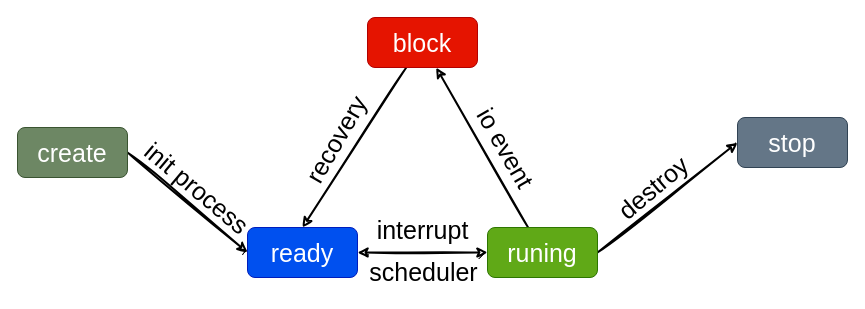
auula/draw.io keeps this draw.io diagram as process-step.drawio. Above is the earlier version. Source tidied: cells renumbered, new cells numbered last; positions are measured from the earlier drawing's top-left corner, leaving out a move shared by most shapes. Both pictures are drawn from the tidied source at 100%, with x=0, y=0 at pixel (17, 17).
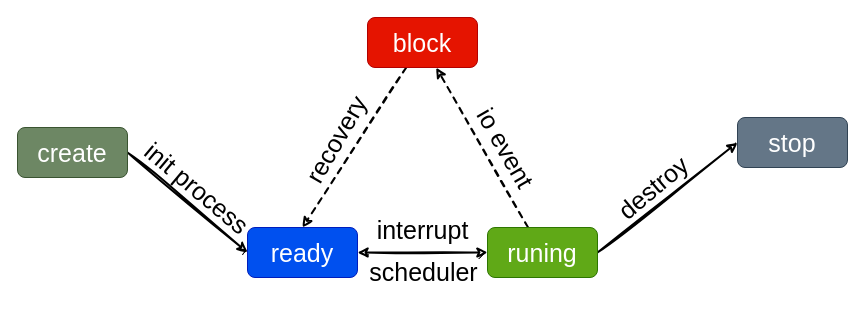
Above is the later version.

The edit, as a diff of the source:
```diff
@@
 <mxGraphModel>
   <root>
     <mxCell id="0" />
     <mxCell id="1" parent="0" />
     <mxCell id="2" style="rounded=0;jettySize=auto;html=1;entryX=0;entryY=0.5;entryDx=0;entryDy=0;fontSize=25;exitX=1;exitY=0.5;exitDx=0;exitDy=0;strokeWidth=2;sketch=1;" parent="1" edge="1" source="3" target="4">
       <mxGeometry relative="1" as="geometry" />
     </mxCell>
     <mxCell id="3" value="&lt;font style=&quot;font-size: 25px;&quot;&gt;create&lt;/font&gt;" style="rounded=1;whiteSpace=wrap;html=1;fillColor=#6d8764;fontColor=#ffffff;strokeColor=#3A5431;" parent="1" vertex="1">
       <mxGeometry y="110" width="110" height="50" as="geometry" />
     </mxCell>
     <mxCell id="4" value="&lt;span style=&quot;font-size: 25px;&quot;&gt;ready&lt;/span&gt;" style="rounded=1;whiteSpace=wrap;html=1;fillColor=#0050ef;fontColor=#ffffff;strokeColor=#001DBC;" parent="1" vertex="1">
       <mxGeometry x="230" y="210" width="110" height="50" as="geometry" />
     </mxCell>
-    <mxCell id="5" style="edgeStyle=none;rounded=0;jettySize=auto;html=1;entryX=0.625;entryY=1;entryDx=0;entryDy=0;entryPerimeter=0;fontSize=25;strokeWidth=2;sketch=1;" parent="1" edge="1" source="7" target="9">
+    <mxCell id="5" style="edgeStyle=none;rounded=0;jettySize=auto;html=1;entryX=0.625;entryY=1;entryDx=0;entryDy=0;entryPerimeter=0;fontSize=25;strokeWidth=2;sketch=1;dashed=1;" parent="1" edge="1" source="7" target="9">
       <mxGeometry relative="1" as="geometry" />
     </mxCell>
     <mxCell id="6" style="edgeStyle=none;rounded=0;jettySize=auto;html=1;entryX=0;entryY=0.5;entryDx=0;entryDy=0;fontSize=25;strokeWidth=2;exitX=1;exitY=0.5;exitDx=0;exitDy=0;sketch=1;" parent="1" edge="1" source="7" target="10">
       <mxGeometry relative="1" as="geometry" />
     </mxCell>
     <mxCell id="7" value="&lt;span style=&quot;font-size: 25px;&quot;&gt;runing&lt;/span&gt;" style="rounded=1;whiteSpace=wrap;html=1;fillColor=#60a917;fontColor=#ffffff;strokeColor=#2D7600;" parent="1" vertex="1">
       <mxGeometry x="470" y="210" width="110" height="50" as="geometry" />
     </mxCell>
-    <mxCell id="8" style="edgeStyle=none;rounded=0;jettySize=auto;html=1;entryX=0.5;entryY=0;entryDx=0;entryDy=0;fontSize=25;strokeWidth=2;sketch=1;" parent="1" edge="1" source="9" target="4">
+    <mxCell id="8" style="edgeStyle=none;rounded=0;jettySize=auto;html=1;entryX=0.5;entryY=0;entryDx=0;entryDy=0;fontSize=25;strokeWidth=2;sketch=1;dashed=1;" parent="1" edge="1" source="9" target="4">
       <mxGeometry relative="1" as="geometry" />
     </mxCell>
     <mxCell id="9" value="&lt;span style=&quot;font-size: 25px;&quot;&gt;block&lt;/span&gt;" style="rounded=1;whiteSpace=wrap;html=1;fillColor=#e51400;fontColor=#ffffff;strokeColor=#B20000;" parent="1" vertex="1">
       <mxGeometry x="350" width="110" height="50" as="geometry" />
     </mxCell>
     <mxCell id="10" value="&lt;span style=&quot;font-size: 25px;&quot;&gt;stop&lt;/span&gt;" style="rounded=1;whiteSpace=wrap;html=1;fillColor=#647687;fontColor=#ffffff;strokeColor=#314354;" parent="1" vertex="1">
       <mxGeometry x="720" y="100" width="110" height="50" as="geometry" />
     </mxCell>
     <mxCell id="11" style="endArrow=classic;startArrow=classic;html=1;rounded=0;fontSize=25;strokeWidth=2;entryX=0;entryY=0.5;entryDx=0;entryDy=0;exitX=1;exitY=0.5;exitDx=0;exitDy=0;sketch=1;" parent="1" edge="1" source="4" target="7">
       <mxGeometry relative="1" as="geometry" />
     </mxCell>
     <mxCell id="12" value="init process" style="text;html=1;align=center;verticalAlign=middle;strokeColor=none;fillColor=none;fontSize=25;rotation=40;" parent="1" vertex="1">
       <mxGeometry x="105" y="150" width="150" height="40" as="geometry" />
     </mxCell>
     <mxCell id="13" value="scheduler" style="text;html=1;align=center;verticalAlign=middle;strokeColor=none;fillColor=none;fontSize=25;" parent="1" vertex="1">
       <mxGeometry x="341" y="234" width="130" height="40" as="geometry" />
     </mxCell>
     <mxCell id="14" value="interrupt" style="text;html=1;align=center;verticalAlign=middle;strokeColor=none;fillColor=none;fontSize=25;" parent="1" vertex="1">
       <mxGeometry x="345" y="192" width="120" height="40" as="geometry" />
     </mxCell>
     <mxCell id="15" value="io event" style="text;html=1;align=center;verticalAlign=middle;strokeColor=none;fillColor=none;fontSize=25;rotation=60;" parent="1" vertex="1">
       <mxGeometry x="434" y="110" width="110" height="40" as="geometry" />
     </mxCell>
     <mxCell id="16" value="recovery" style="text;html=1;align=center;verticalAlign=middle;strokeColor=none;fillColor=none;fontSize=25;rotation=-60;" parent="1" vertex="1">
       <mxGeometry x="258" y="102" width="120" height="40" as="geometry" />
     </mxCell>
     <mxCell id="17" value="destroy" style="text;html=1;align=center;verticalAlign=middle;strokeColor=none;fillColor=none;fontSize=25;rotation=-40;" parent="1" vertex="1">
       <mxGeometry x="580" y="150" width="110" height="40" as="geometry" />
     </mxCell>
   </root>
 </mxGraphModel>
```
